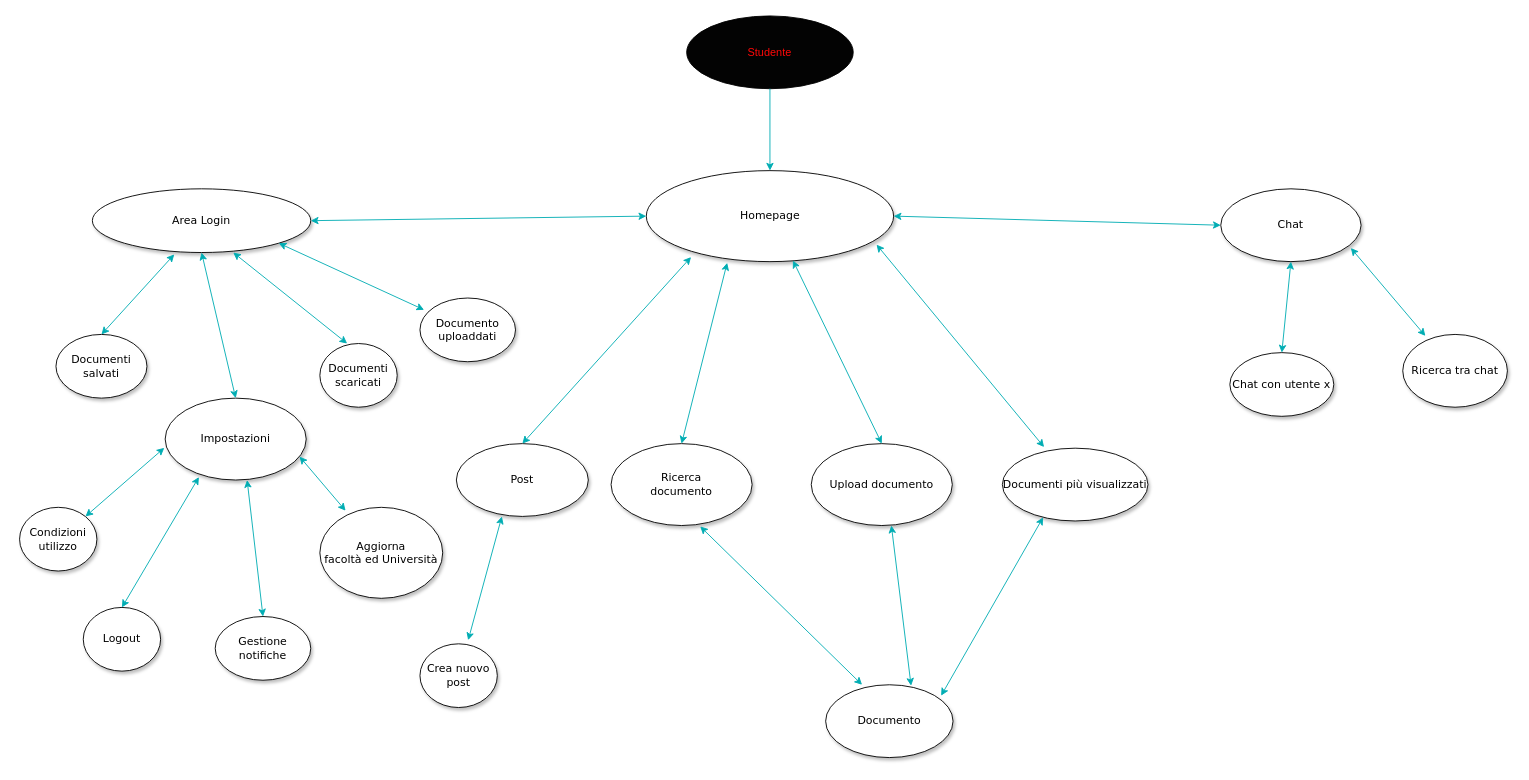
Before: Deliverables/navigational_paths/studente.drawio in PeppeVII/DocApp_Classe03, a draw.io diagram. Source tidied: cells renumbered, new cells numbered last; positions are measured from the earlier drawing's top-left corner, leaving out a move shared by most shapes. Both pictures are drawn from the tidied source at 91%, with x=0, y=0 at pixel (19, 15).
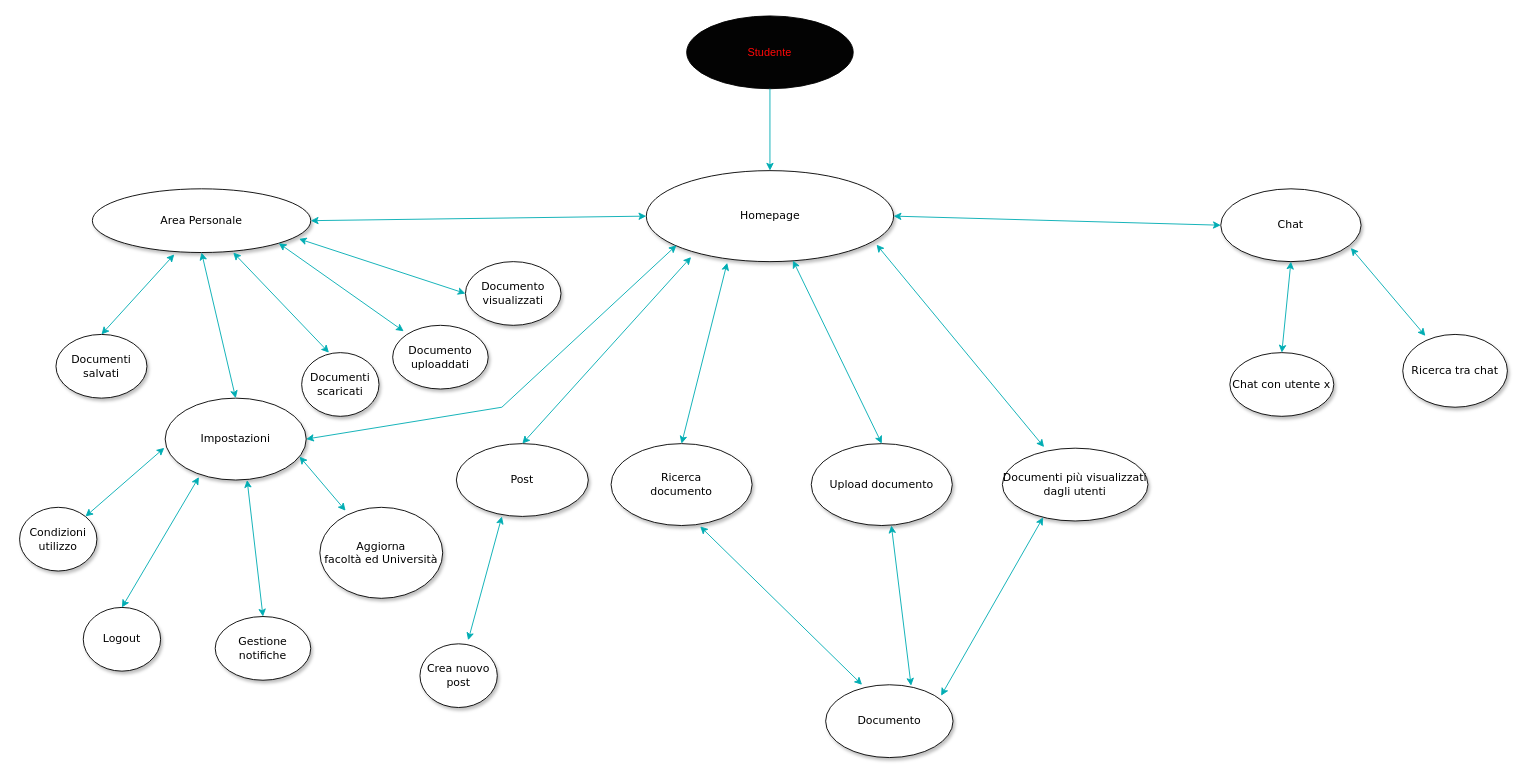
Above is the later version.

The change refers to these unchanged cells:
```xml
<mxCell id="2" value="Homepage" style="ellipse;whiteSpace=wrap;html=1;rounded=0;shadow=1;comic=0;labelBackgroundColor=none;strokeWidth=1;fontFamily=Verdana;fontSize=12;align=center;" parent="1" vertex="1">
  <mxGeometry x="688.7" y="170" width="271.8" height="100" as="geometry" />
</mxCell>
<mxCell id="13" value="Impostazioni" style="ellipse;whiteSpace=wrap;html=1;rounded=0;shadow=1;comic=0;labelBackgroundColor=none;strokeWidth=1;fontFamily=Verdana;fontSize=12;align=center;" parent="1" vertex="1">
  <mxGeometry x="160" y="420" width="155" height="90" as="geometry" />
</mxCell>
```

What changed in the source:
```diff
@@
-    <mxCell id="4" value="Area Login" style="ellipse;whiteSpace=wrap;html=1;rounded=0;shadow=1;comic=0;labelBackgroundColor=none;strokeWidth=1;fontFamily=Verdana;fontSize=12;align=center;" parent="1" vertex="1">
+    <mxCell id="4" value="Area Personale" style="ellipse;whiteSpace=wrap;html=1;rounded=0;shadow=1;comic=0;labelBackgroundColor=none;strokeWidth=1;fontFamily=Verdana;fontSize=12;align=center;" parent="1" vertex="1">
       <mxGeometry x="80" y="190" width="240" height="70" as="geometry" />
     </mxCell>
@@
     <mxCell id="27" value="Documenti scaricati" style="ellipse;whiteSpace=wrap;html=1;rounded=0;shadow=1;comic=0;labelBackgroundColor=none;strokeWidth=1;fontFamily=Verdana;fontSize=12;align=center;" parent="1" vertex="1">
-      <mxGeometry x="330" y="360" width="85" height="70" as="geometry" />
+      <mxGeometry x="310" y="370" width="85" height="70" as="geometry" />
     </mxCell>
@@
-    <mxCell id="31" value="Documenti più visualizzati" style="ellipse;whiteSpace=wrap;html=1;rounded=0;shadow=1;comic=0;labelBackgroundColor=none;strokeWidth=1;fontFamily=Verdana;fontSize=12;align=center;" parent="1" vertex="1">
+    <mxCell id="31" value="&lt;div&gt;Documenti più visualizzati&lt;/div&gt;&lt;div&gt;dagli utenti&lt;br&gt;&lt;/div&gt;" style="ellipse;whiteSpace=wrap;html=1;rounded=0;shadow=1;comic=0;labelBackgroundColor=none;strokeWidth=1;fontFamily=Verdana;fontSize=12;align=center;" parent="1" vertex="1">
       <mxGeometry x="1080" y="475" width="160" height="80" as="geometry" />
     </mxCell>
@@
     <mxCell id="41" value="Documento uploaddati" style="ellipse;whiteSpace=wrap;html=1;rounded=0;shadow=1;comic=0;labelBackgroundColor=none;strokeWidth=1;fontFamily=Verdana;fontSize=12;align=center;" parent="1" vertex="1">
-      <mxGeometry x="440" y="310" width="105" height="70" as="geometry" />
+      <mxGeometry x="410" y="340" width="105" height="70" as="geometry" />
     </mxCell>
@@
+    <mxCell id="43" value="Documento visualizzati" style="ellipse;whiteSpace=wrap;html=1;rounded=0;shadow=1;comic=0;labelBackgroundColor=none;strokeWidth=1;fontFamily=Verdana;fontSize=12;align=center;" parent="1" vertex="1">
+      <mxGeometry x="490" y="270" width="105" height="70" as="geometry" />
+    </mxCell>
+    <mxCell id="44" style="endArrow=classic;startArrow=classic;html=1;rounded=0;shadow=0;strokeColor=#00ADB3;sourcePerimeterSpacing=5;targetPerimeterSpacing=5;jumpStyle=gap;exitX=0.946;exitY=0.786;exitDx=0;exitDy=0;exitPerimeter=0;entryX=0;entryY=0.5;entryDx=0;entryDy=0;" parent="1" edge="1" source="4" target="43">
+      <mxGeometry relative="1" as="geometry" />
+    </mxCell>
+    <mxCell id="45" style="endArrow=classic;startArrow=classic;html=1;rounded=0;shadow=0;strokeColor=#00ADB3;sourcePerimeterSpacing=5;targetPerimeterSpacing=5;jumpStyle=gap;exitX=1;exitY=0.5;exitDx=0;exitDy=0;entryX=0.122;entryY=0.82;entryDx=0;entryDy=0;entryPerimeter=0;" parent="1" edge="1" source="13" target="2">
+      <mxGeometry relative="1" as="geometry">
+        <Array as="points">
+          <mxPoint x="530" y="430" />
+        </Array>
+      </mxGeometry>
+    </mxCell>
```
